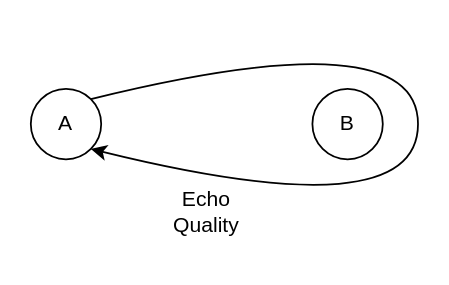
Above: img/EchoQuality.drawio in mngr0/wireless_presentation (draw.io), before the change. Source tidied: cells renumbered, new cells numbered last; positions are measured from the earlier drawing's top-left corner, leaving out a move shared by most shapes. Both pictures are drawn from the tidied source at 176%, with x=0, y=0 at pixel (30, 18).
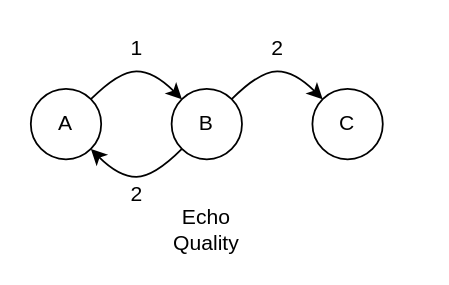
After the change.

Diff of the diagram source:
```diff
@@
 <mxGraphModel>
   <root>
     <mxCell id="0" />
     <mxCell id="1" parent="0" />
     <mxCell id="2" value="A" style="ellipse;whiteSpace=wrap;html=1;" parent="1" vertex="1">
       <mxGeometry y="40" width="40" height="40" as="geometry" />
     </mxCell>
     <mxCell id="3" value="B" style="ellipse;whiteSpace=wrap;html=1;" parent="1" vertex="1">
-      <mxGeometry x="160" y="40" width="40" height="40" as="geometry" />
+      <mxGeometry x="80" y="40" width="40" height="40" as="geometry" />
     </mxCell>
-    <mxCell id="4" style="curved=1;endArrow=none;html=1;exitX=1;exitY=1;exitDx=0;exitDy=0;entryX=1;entryY=0;entryDx=0;entryDy=0;startArrow=classic;startFill=1;endFill=0;" parent="1" edge="1" source="2" target="2">
+    <mxCell id="4" style="curved=1;endArrow=none;html=1;exitX=0;exitY=0;exitDx=0;exitDy=0;entryX=1;entryY=0;entryDx=0;entryDy=0;startArrow=classic;startFill=1;endFill=0;" parent="1" edge="1" source="3" target="2">
       <mxGeometry relative="1" as="geometry">
         <Array as="points">
-          <mxPoint x="220" y="120" />
-          <mxPoint x="220" />
+          <mxPoint x="70" y="30" />
+          <mxPoint x="50" y="30" />
         </Array>
       </mxGeometry>
     </mxCell>
     <mxCell id="5" value="&lt;div&gt;Echo Quality&lt;/div&gt;" style="text;html=1;strokeColor=none;fillColor=none;align=center;verticalAlign=middle;whiteSpace=wrap;rounded=0;" parent="1" vertex="1">
-      <mxGeometry x="80" y="100" width="40" height="20" as="geometry" />
+      <mxGeometry x="80" y="110" width="40" height="20" as="geometry" />
     </mxCell>
+    <mxCell id="6" value="C" style="ellipse;whiteSpace=wrap;html=1;" parent="1" vertex="1">
+      <mxGeometry x="160" y="40" width="40" height="40" as="geometry" />
+    </mxCell>
+    <mxCell id="7" style="curved=1;endArrow=none;html=1;startArrow=classic;startFill=1;endFill=0;" parent="1" edge="1" source="6" target="3">
+      <mxGeometry relative="1" as="geometry">
+        <Array as="points">
+          <mxPoint x="150" y="30" />
+          <mxPoint x="130" y="30" />
+        </Array>
+      </mxGeometry>
+    </mxCell>
+    <mxCell id="8" style="curved=1;endArrow=classic;html=1;exitX=0;exitY=1;exitDx=0;exitDy=0;entryX=1;entryY=1;entryDx=0;entryDy=0;startArrow=none;startFill=0;endFill=1;" parent="1" edge="1" source="3" target="2">
+      <mxGeometry relative="1" as="geometry">
+        <Array as="points">
+          <mxPoint x="70" y="90" />
+          <mxPoint x="50" y="90" />
+        </Array>
+      </mxGeometry>
+    </mxCell>
+    <mxCell id="9" value="2" style="text;html=1;align=center;verticalAlign=middle;" parent="1" vertex="1">
+      <mxGeometry x="130" y="7" width="20" height="20" as="geometry" />
+    </mxCell>
+    <mxCell id="10" value="2" style="text;html=1;align=center;verticalAlign=middle;" parent="1" vertex="1">
+      <mxGeometry x="50" y="90" width="20" height="20" as="geometry" />
+    </mxCell>
+    <mxCell id="11" value="1" style="text;html=1;align=center;verticalAlign=middle;" parent="1" vertex="1">
+      <mxGeometry x="50" y="7" width="20" height="20" as="geometry" />
+    </mxCell>
   </root>
 </mxGraphModel>
```
